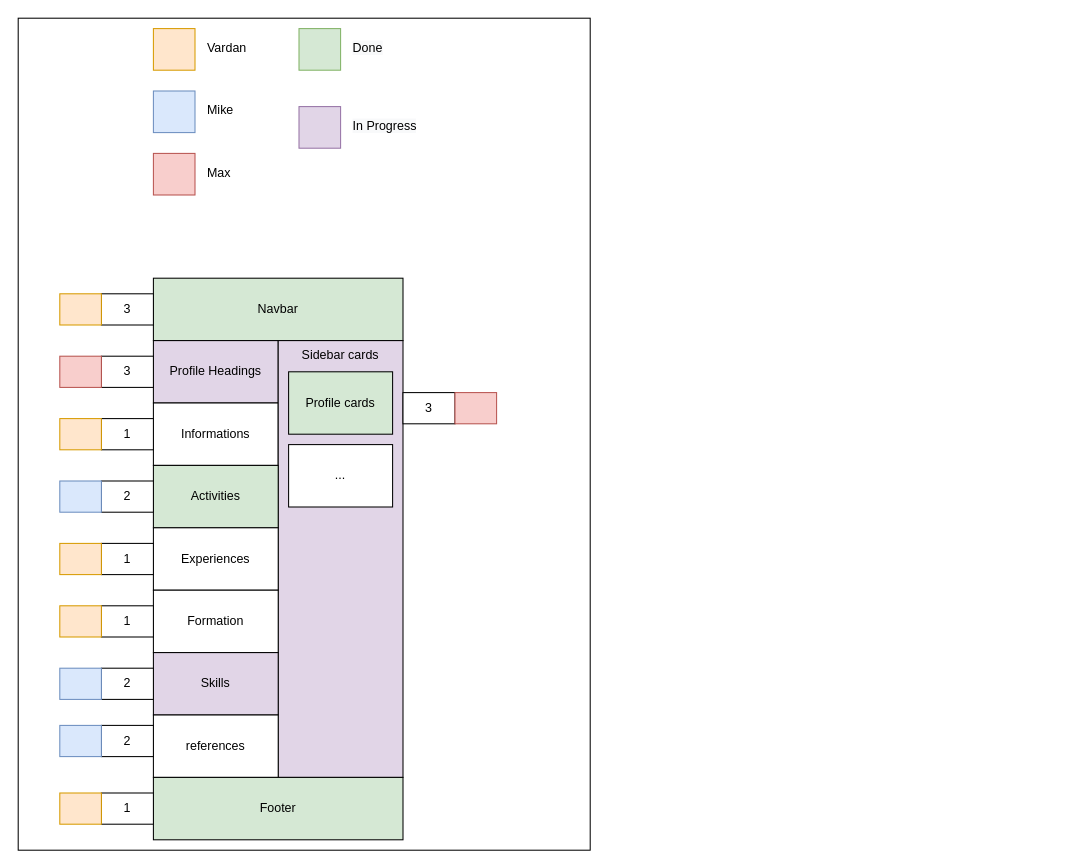
The draw.io diagram Strikedin-Mockup.drawio in MaksymSharinDev/strive-apr21-BW2, before the edit. Source tidied: cells renumbered, new cells numbered last; positions are measured from the earlier drawing's top-left corner, leaving out a move shared by most shapes. Both pictures are drawn from the tidied source at 104%, with x=0, y=0 at pixel (18, 18).
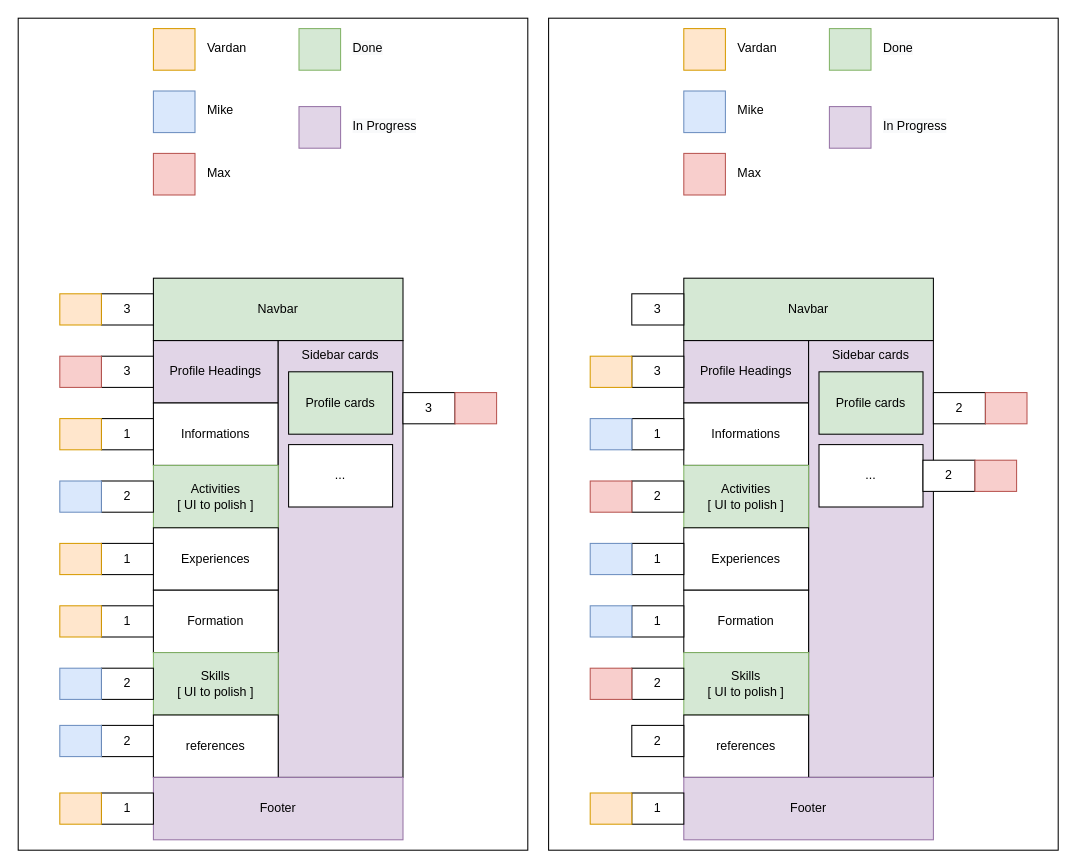
The same diagram, later.

Commit message (it also covers changes not shown here):
fix: footer, background and sidebar

What changed in the source:
```diff
@@
     <mxCell id="2" style="rounded=0;whiteSpace=wrap;html=1;strokeColor=#000000;" parent="1" vertex="1">
-      <mxGeometry width="550" height="800" as="geometry" />
+      <mxGeometry width="490" height="800" as="geometry" />
     </mxCell>
@@
-    <mxCell id="7" value="Activities" style="rounded=0;whiteSpace=wrap;html=1;fillColor=#d5e8d4;" parent="1" vertex="1">
+    <mxCell id="7" value="Activities &lt;br&gt;[ UI to polish ]" style="rounded=0;whiteSpace=wrap;html=1;fillColor=#d5e8d4;strokeColor=#82b366;" parent="1" vertex="1">
       <mxGeometry x="130" y="430" width="120" height="60" as="geometry" />
     </mxCell>
@@
-    <mxCell id="10" value="Skills" style="rounded=0;whiteSpace=wrap;html=1;fillColor=#e1d5e7;" parent="1" vertex="1">
+    <mxCell id="10" value="Skills&lt;br&gt;[ UI to polish ]" style="rounded=0;whiteSpace=wrap;html=1;fillColor=#d5e8d4;strokeColor=#82b366;" parent="1" vertex="1">
       <mxGeometry x="130" y="610" width="120" height="60" as="geometry" />
     </mxCell>
@@
-    <mxCell id="36" value="Footer" style="rounded=0;whiteSpace=wrap;html=1;fillColor=#d5e8d4;" parent="1" vertex="1">
+    <mxCell id="36" value="Footer" style="rounded=0;whiteSpace=wrap;html=1;fillColor=#e1d5e7;strokeColor=#9673a6;" parent="1" vertex="1">
       <mxGeometry x="130" y="730" width="240" height="60" as="geometry" />
     </mxCell>
@@
+    <mxCell id="45" style="rounded=0;whiteSpace=wrap;html=1;strokeColor=#000000;" parent="1" vertex="1">
+      <mxGeometry x="510" width="490" height="800" as="geometry" />
+    </mxCell>
+    <mxCell id="46" value="Navbar" style="rounded=0;whiteSpace=wrap;html=1;fillColor=#d5e8d4;" parent="1" vertex="1">
+      <mxGeometry x="640" y="250" width="240" height="60" as="geometry" />
+    </mxCell>
+    <mxCell id="47" value="Profile Headings" style="rounded=0;whiteSpace=wrap;html=1;fillColor=#e1d5e7;" parent="1" vertex="1">
+      <mxGeometry x="640" y="310" width="120" height="60" as="geometry" />
+    </mxCell>
+    <mxCell id="48" value="Informations" style="rounded=0;whiteSpace=wrap;html=1;" parent="1" vertex="1">
+      <mxGeometry x="640" y="370" width="120" height="60" as="geometry" />
+    </mxCell>
+    <mxCell id="49" value="Sidebar cards" style="rounded=0;whiteSpace=wrap;html=1;verticalAlign=top;fillColor=#e1d5e7;" parent="1" vertex="1">
+      <mxGeometry x="760" y="310" width="120" height="420" as="geometry" />
+    </mxCell>
+    <mxCell id="50" value="Activities &lt;br&gt;[ UI to polish ]" style="rounded=0;whiteSpace=wrap;html=1;fillColor=#d5e8d4;strokeColor=#82b366;" parent="1" vertex="1">
+      <mxGeometry x="640" y="430" width="120" height="60" as="geometry" />
+    </mxCell>
+    <mxCell id="51" value="Experiences" style="rounded=0;whiteSpace=wrap;html=1;" parent="1" vertex="1">
+      <mxGeometry x="640" y="490" width="120" height="60" as="geometry" />
+    </mxCell>
+    <mxCell id="52" value="Formation" style="rounded=0;whiteSpace=wrap;html=1;" parent="1" vertex="1">
+      <mxGeometry x="640" y="550" width="120" height="60" as="geometry" />
+    </mxCell>
+    <mxCell id="53" value="Skills&lt;br&gt;[ UI to polish ]" style="rounded=0;whiteSpace=wrap;html=1;fillColor=#d5e8d4;strokeColor=#82b366;" parent="1" vertex="1">
+      <mxGeometry x="640" y="610" width="120" height="60" as="geometry" />
+    </mxCell>
+    <mxCell id="54" value="references" style="rounded=0;whiteSpace=wrap;html=1;" parent="1" vertex="1">
+      <mxGeometry x="640" y="670" width="120" height="60" as="geometry" />
+    </mxCell>
+    <mxCell id="55" value="Profile cards" style="rounded=0;whiteSpace=wrap;html=1;fillColor=#d5e8d4;" parent="1" vertex="1">
+      <mxGeometry x="770" y="340" width="100" height="60" as="geometry" />
+    </mxCell>
+    <mxCell id="56" value="..." style="rounded=0;whiteSpace=wrap;html=1;" parent="1" vertex="1">
+      <mxGeometry x="770" y="410" width="100" height="60" as="geometry" />
+    </mxCell>
+    <mxCell id="57" value="2" style="rounded=0;whiteSpace=wrap;html=1;" parent="1" vertex="1">
+      <mxGeometry x="590" y="625" width="50" height="30" as="geometry" />
+    </mxCell>
+    <mxCell id="58" value="2" style="rounded=0;whiteSpace=wrap;html=1;" parent="1" vertex="1">
+      <mxGeometry x="880" y="360" width="50" height="30" as="geometry" />
+    </mxCell>
+    <mxCell id="59" value="2" style="rounded=0;whiteSpace=wrap;html=1;" parent="1" vertex="1">
+      <mxGeometry x="590" y="680" width="50" height="30" as="geometry" />
+    </mxCell>
+    <mxCell id="60" value="1" style="rounded=0;whiteSpace=wrap;html=1;" parent="1" vertex="1">
+      <mxGeometry x="590" y="505" width="50" height="30" as="geometry" />
+    </mxCell>
+    <mxCell id="61" value="1" style="rounded=0;whiteSpace=wrap;html=1;" parent="1" vertex="1">
+      <mxGeometry x="590" y="565" width="50" height="30" as="geometry" />
+    </mxCell>
+    <mxCell id="62" value="3" style="rounded=0;whiteSpace=wrap;html=1;" parent="1" vertex="1">
+      <mxGeometry x="590" y="265" width="50" height="30" as="geometry" />
+    </mxCell>
+    <mxCell id="63" value="3" style="rounded=0;whiteSpace=wrap;html=1;" parent="1" vertex="1">
+      <mxGeometry x="590" y="325" width="50" height="30" as="geometry" />
+    </mxCell>
+    <mxCell id="64" value="1" style="rounded=0;whiteSpace=wrap;html=1;" parent="1" vertex="1">
+      <mxGeometry x="590" y="385" width="50" height="30" as="geometry" />
+    </mxCell>
+    <mxCell id="65" value="2" style="rounded=0;whiteSpace=wrap;html=1;" parent="1" vertex="1">
+      <mxGeometry x="590" y="445" width="50" height="30" as="geometry" />
+    </mxCell>
+    <mxCell id="66" style="rounded=0;whiteSpace=wrap;html=1;fillColor=#f8cecc;strokeColor=#b85450;" parent="1" vertex="1">
+      <mxGeometry x="930" y="360" width="40" height="30" as="geometry" />
+    </mxCell>
+    <mxCell id="67" style="rounded=0;whiteSpace=wrap;html=1;fillColor=#ffe6cc;strokeColor=#d79b00;" parent="1" vertex="1">
+      <mxGeometry x="550" y="325" width="40" height="30" as="geometry" />
+    </mxCell>
+    <mxCell id="68" style="rounded=0;whiteSpace=wrap;html=1;fillColor=#dae8fc;strokeColor=#6c8ebf;" parent="1" vertex="1">
+      <mxGeometry x="550" y="385" width="40" height="30" as="geometry" />
+    </mxCell>
+    <mxCell id="69" style="rounded=0;whiteSpace=wrap;html=1;fillColor=#f8cecc;strokeColor=#b85450;" parent="1" vertex="1">
+      <mxGeometry x="550" y="445" width="40" height="30" as="geometry" />
+    </mxCell>
+    <mxCell id="70" style="rounded=0;whiteSpace=wrap;html=1;fillColor=#dae8fc;strokeColor=#6c8ebf;" parent="1" vertex="1">
+      <mxGeometry x="550" y="565" width="40" height="30" as="geometry" />
+    </mxCell>
+    <mxCell id="71" style="rounded=0;whiteSpace=wrap;html=1;fillColor=#dae8fc;strokeColor=#6c8ebf;" parent="1" vertex="1">
+      <mxGeometry x="550" y="505" width="40" height="30" as="geometry" />
+    </mxCell>
+    <mxCell id="72" style="rounded=0;whiteSpace=wrap;html=1;fillColor=#f8cecc;strokeColor=#b85450;" parent="1" vertex="1">
+      <mxGeometry x="550" y="625" width="40" height="30" as="geometry" />
+    </mxCell>
+    <mxCell id="73" style="rounded=0;whiteSpace=wrap;html=1;fillColor=#d5e8d4;strokeColor=#82b366;" parent="1" vertex="1">
+      <mxGeometry x="780" y="10" width="40" height="40" as="geometry" />
+    </mxCell>
+    <mxCell id="74" style="rounded=0;whiteSpace=wrap;html=1;fillColor=#e1d5e7;strokeColor=#9673a6;" parent="1" vertex="1">
+      <mxGeometry x="780" y="85" width="40" height="40" as="geometry" />
+    </mxCell>
+    <mxCell id="75" value="&lt;span style=&quot;color: rgb(0, 0, 0); font-family: helvetica; font-size: 12px; font-style: normal; font-weight: 400; letter-spacing: normal; text-align: center; text-indent: 0px; text-transform: none; word-spacing: 0px; background-color: rgb(248, 249, 250); display: inline; float: none;&quot;&gt;Done&lt;/span&gt;" style="text;whiteSpace=wrap;html=1;" parent="1" vertex="1">
+      <mxGeometry x="830" y="15" width="50" height="30" as="geometry" />
+    </mxCell>
+    <mxCell id="76" value="&lt;span style=&quot;color: rgb(0 , 0 , 0) ; font-family: &amp;#34;helvetica&amp;#34; ; font-size: 12px ; font-style: normal ; font-weight: 400 ; letter-spacing: normal ; text-align: center ; text-indent: 0px ; text-transform: none ; word-spacing: 0px ; background-color: rgb(248 , 249 , 250) ; display: inline ; float: none&quot;&gt;In Progress&lt;/span&gt;" style="text;whiteSpace=wrap;html=1;" parent="1" vertex="1">
+      <mxGeometry x="830" y="90" width="70" height="30" as="geometry" />
+    </mxCell>
+    <mxCell id="77" value="Footer" style="rounded=0;whiteSpace=wrap;html=1;fillColor=#e1d5e7;strokeColor=#9673a6;" parent="1" vertex="1">
+      <mxGeometry x="640" y="730" width="240" height="60" as="geometry" />
+    </mxCell>
+    <mxCell id="78" value="1" style="rounded=0;whiteSpace=wrap;html=1;" parent="1" vertex="1">
+      <mxGeometry x="590" y="745" width="50" height="30" as="geometry" />
+    </mxCell>
+    <mxCell id="79" style="rounded=0;whiteSpace=wrap;html=1;fillColor=#ffe6cc;strokeColor=#d79b00;" parent="1" vertex="1">
+      <mxGeometry x="550" y="745" width="40" height="30" as="geometry" />
+    </mxCell>
+    <mxCell id="80" style="rounded=0;whiteSpace=wrap;html=1;fillColor=#ffe6cc;strokeColor=#d79b00;" parent="1" vertex="1">
+      <mxGeometry x="640" y="10" width="40" height="40" as="geometry" />
+    </mxCell>
+    <mxCell id="81" value="&lt;div style=&quot;text-align: center&quot;&gt;&lt;span&gt;&lt;font face=&quot;helvetica&quot;&gt;Vardan&lt;/font&gt;&lt;/span&gt;&lt;/div&gt;" style="text;whiteSpace=wrap;html=1;" parent="1" vertex="1">
+      <mxGeometry x="690" y="15" width="70" height="30" as="geometry" />
+    </mxCell>
+    <mxCell id="82" style="rounded=0;whiteSpace=wrap;html=1;fillColor=#dae8fc;strokeColor=#6c8ebf;" parent="1" vertex="1">
+      <mxGeometry x="640" y="70" width="40" height="40" as="geometry" />
+    </mxCell>
+    <mxCell id="83" value="&lt;div style=&quot;text-align: center&quot;&gt;&lt;span&gt;&lt;font face=&quot;helvetica&quot;&gt;Mike&lt;/font&gt;&lt;/span&gt;&lt;/div&gt;" style="text;whiteSpace=wrap;html=1;" parent="1" vertex="1">
+      <mxGeometry x="690" y="75" width="70" height="30" as="geometry" />
+    </mxCell>
+    <mxCell id="84" style="rounded=0;whiteSpace=wrap;html=1;fillColor=#f8cecc;strokeColor=#b85450;" parent="1" vertex="1">
+      <mxGeometry x="640" y="130" width="40" height="40" as="geometry" />
+    </mxCell>
+    <mxCell id="85" value="&lt;div style=&quot;text-align: center&quot;&gt;&lt;span&gt;&lt;font face=&quot;helvetica&quot;&gt;Max&lt;/font&gt;&lt;/span&gt;&lt;/div&gt;" style="text;whiteSpace=wrap;html=1;" parent="1" vertex="1">
+      <mxGeometry x="690" y="135" width="70" height="30" as="geometry" />
+    </mxCell>
+    <mxCell id="86" value="2" style="rounded=0;whiteSpace=wrap;html=1;" parent="1" vertex="1">
+      <mxGeometry x="870" y="425" width="50" height="30" as="geometry" />
+    </mxCell>
+    <mxCell id="87" style="rounded=0;whiteSpace=wrap;html=1;fillColor=#f8cecc;strokeColor=#b85450;" parent="1" vertex="1">
+      <mxGeometry x="920" y="425" width="40" height="30" as="geometry" />
+    </mxCell>
```
